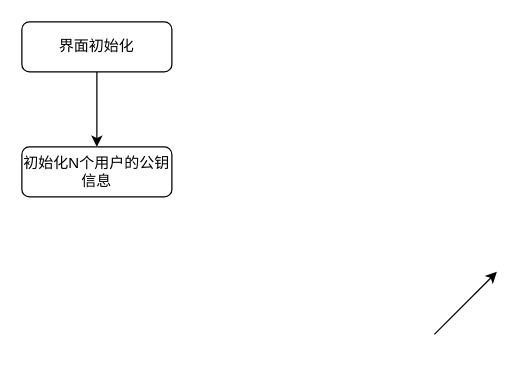
Earlier version of the draw.io diagram 未命名绘图.drawio (jesson3264/C). Source tidied: cells renumbered, new cells numbered last; positions are measured from the earlier drawing's top-left corner, leaving out a move shared by most shapes. Both pictures are drawn from the tidied source at 125%, with x=0, y=0 at pixel (21, 21).
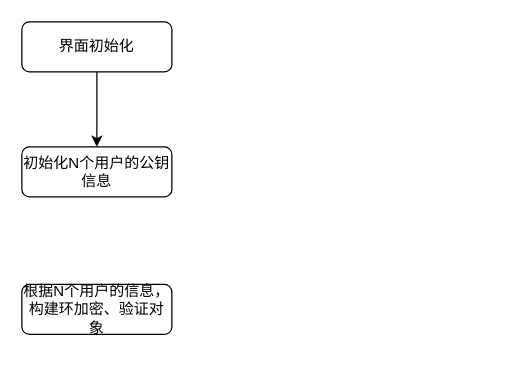
The same page after the edit.

Commit message (it also covers changes not shown here):
更新未命名绘图.drawio

Diff of the diagram source:
```diff
@@
 <mxGraphModel>
   <root>
     <mxCell id="0" />
     <mxCell id="1" parent="0" />
     <mxCell id="2" style="edgeStyle=orthogonalEdgeStyle;rounded=0;jettySize=auto;html=1;exitX=0.5;exitY=1;exitDx=0;exitDy=0;entryX=0.5;entryY=0;entryDx=0;entryDy=0;" parent="1" edge="1" source="3" target="4">
       <mxGeometry relative="1" as="geometry" />
     </mxCell>
     <mxCell id="3" value="界面初始化" style="rounded=1;whiteSpace=wrap;html=1;fontSize=12;glass=0;strokeWidth=1;shadow=0;" parent="1" vertex="1">
       <mxGeometry width="120" height="40" as="geometry" />
     </mxCell>
     <mxCell id="4" value="初始化N个用户的公钥信息" style="rounded=1;whiteSpace=wrap;html=1;fontSize=12;glass=0;strokeWidth=1;shadow=0;" parent="1" vertex="1">
       <mxGeometry y="100" width="120" height="40" as="geometry" />
     </mxCell>
-    <mxCell id="5" style="endArrow=classic;html=1;rounded=0;" parent="1" edge="1">
-      <mxGeometry relative="1" as="geometry">
-        <mxPoint x="330" y="250" as="sourcePoint" />
-        <mxPoint x="380" y="200" as="targetPoint" />
-      </mxGeometry>
-    </mxCell>
+    <mxCell id="6" value="根据N个用户的信息，构建环加密、验证对象" style="rounded=1;whiteSpace=wrap;html=1;fontSize=12;glass=0;strokeWidth=1;shadow=0;" parent="1" vertex="1">
+      <mxGeometry y="210" width="120" height="40" as="geometry" />
+    </mxCell>
   </root>
 </mxGraphModel>
```
